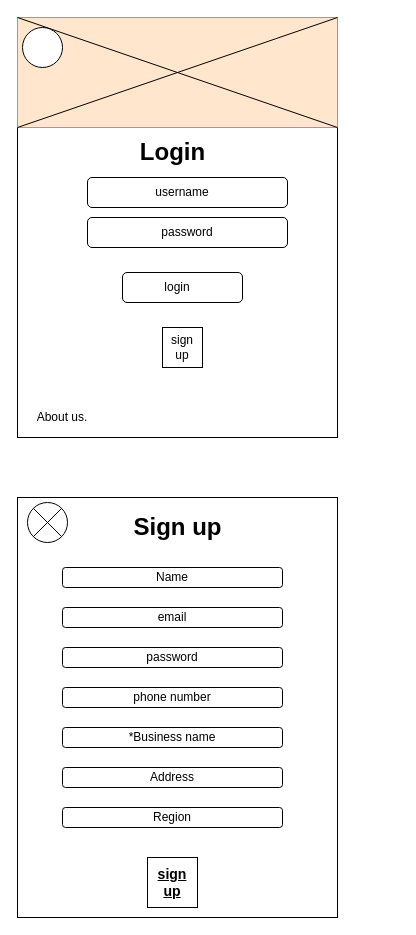
Earlier version of the draw.io diagram page "Page-1" (1 of 2) of Projectswift.drawio (PeterYoungM/desktop-tutorial). Source tidied: cells renumbered, new cells numbered last; positions are measured from the earlier drawing's top-left corner, leaving out a move shared by most shapes. Both pictures are drawn from the tidied source at 100%, with x=0, y=0 at pixel (17, 17).
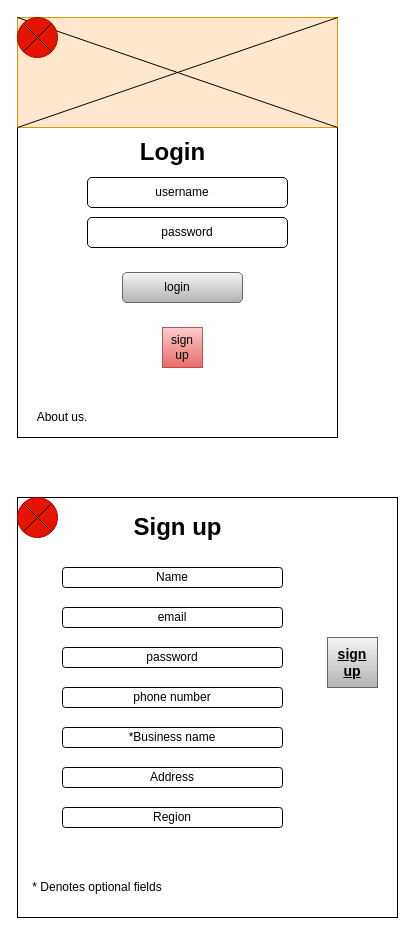
The same diagram, later.

What changed in the source:
```diff
@@
-    <mxCell id="7" style="rounded=1;whiteSpace=wrap;html=1;" parent="1" vertex="1">
+    <mxCell id="7" style="rounded=1;whiteSpace=wrap;html=1;gradientColor=#b3b3b3;fillColor=#f5f5f5;strokeColor=#666666;" parent="1" vertex="1">
       <mxGeometry x="105" y="255" width="120" height="30" as="geometry" />
     </mxCell>
@@
-    <mxCell id="9" value="sign up" style="whiteSpace=wrap;html=1;" parent="1" vertex="1">
+    <mxCell id="9" value="sign up" style="whiteSpace=wrap;html=1;fillColor=#f8cecc;strokeColor=#b85450;gradientColor=#ea6b66;" parent="1" vertex="1">
       <mxGeometry x="145" y="310" width="40" height="40" as="geometry" />
     </mxCell>
@@
     <mxCell id="14" style="rounded=0;whiteSpace=wrap;html=1;direction=south;" parent="1" vertex="1">
-      <mxGeometry y="480" width="320" height="420" as="geometry" />
+      <mxGeometry y="480" width="380" height="420" as="geometry" />
     </mxCell>
@@
-    <mxCell id="24" value="&lt;h3&gt;&lt;b&gt;&lt;u&gt;sign up&lt;/u&gt;&lt;/b&gt;&lt;/h3&gt;" style="whiteSpace=wrap;html=1;" parent="1" vertex="1">
-      <mxGeometry x="130" y="840" width="50" height="50" as="geometry" />
+    <mxCell id="24" value="&lt;h3&gt;&lt;b&gt;&lt;u&gt;sign up&lt;/u&gt;&lt;/b&gt;&lt;/h3&gt;" style="whiteSpace=wrap;html=1;gradientColor=#b3b3b3;fillColor=#f5f5f5;strokeColor=#666666;" parent="1" vertex="1">
+      <mxGeometry x="310" y="620" width="50" height="50" as="geometry" />
     </mxCell>
-    <mxCell id="25" style="ellipse;whiteSpace=wrap;html=1;" parent="1" vertex="1">
-      <mxGeometry x="10" y="485" width="40" height="40" as="geometry" />
+    <mxCell id="25" style="ellipse;whiteSpace=wrap;html=1;fillColor=#e51400;strokeColor=#B20000;fontColor=#ffffff;" parent="1" vertex="1">
+      <mxGeometry y="480" width="40" height="40" as="geometry" />
     </mxCell>
@@
-    <mxCell id="28" style="ellipse;whiteSpace=wrap;html=1;" parent="1" vertex="1">
-      <mxGeometry x="5" y="10" width="40" height="40" as="geometry" />
+    <mxCell id="28" style="ellipse;whiteSpace=wrap;html=1;fillColor=#e51400;strokeColor=#B20000;fontColor=#ffffff;" parent="1" vertex="1">
+      <mxGeometry width="40" height="40" as="geometry" />
     </mxCell>
+    <mxCell id="29" style="endArrow=none;html=1;entryX=1;entryY=0;entryDx=0;entryDy=0;exitX=0;exitY=1;exitDx=0;exitDy=0;" parent="1" edge="1" source="28" target="28">
+      <mxGeometry relative="1" as="geometry" />
+    </mxCell>
+    <mxCell id="30" style="endArrow=none;html=1;entryX=0;entryY=0;entryDx=0;entryDy=0;exitX=1;exitY=1;exitDx=0;exitDy=0;" parent="1" edge="1" source="28" target="28">
+      <mxGeometry relative="1" as="geometry" />
+    </mxCell>
+    <mxCell id="31" value="* Denotes optional fields" style="text;html=1;strokeColor=none;fillColor=none;align=center;verticalAlign=middle;whiteSpace=wrap;rounded=0;" parent="1" vertex="1">
+      <mxGeometry y="860" width="160" height="20" as="geometry" />
+    </mxCell>
```
